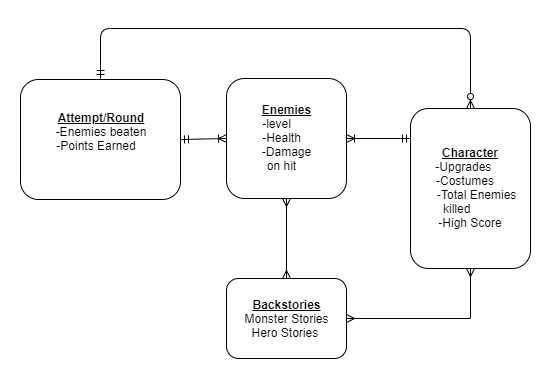
Rlong1218/endless-evil keeps this draw.io diagram as docs/erd.png. Above is the earlier version. Source tidied: cells renumbered, new cells last; positions are measured from the earlier drawing's top-left corner, leaving out a move shared by most shapes.
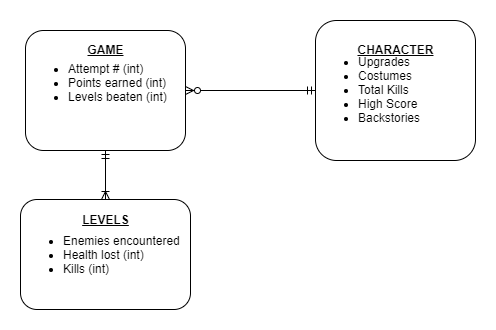
Later version of the same file.

What changed in the source:
```diff
@@ -2,44 +2,29 @@
   <root>
     <mxCell id="0" />
     <mxCell id="1" parent="0" />
-    <mxCell id="2" value="&lt;u&gt;&lt;b&gt;Attempt/Round&lt;/b&gt;&lt;/u&gt;&lt;br&gt;&lt;span&gt;-Enemies beaten&lt;br&gt;-Points Earned&amp;nbsp; &amp;nbsp;&lt;br&gt;&lt;br&gt;&lt;/span&gt;" style="rounded=1;whiteSpace=wrap;html=1;align=center;" parent="1" vertex="1">
+    <mxCell id="2" value="&lt;ul&gt;&lt;li&gt;Attempt # (int)&lt;/li&gt;&lt;li&gt;&lt;span&gt;Points earned (int)&lt;/span&gt;&lt;/li&gt;&lt;li&gt;Levels beaten (int)&lt;/li&gt;&lt;/ul&gt;&lt;span&gt;&lt;br&gt;&lt;/span&gt;" style="rounded=1;whiteSpace=wrap;html=1;align=left;" parent="1" vertex="1">
       <mxGeometry y="51" width="160" height="120" as="geometry" />
     </mxCell>
-    <mxCell id="3" value="&lt;b&gt;&lt;u&gt;Character&lt;/u&gt;&lt;/b&gt;&lt;br&gt;-Upgrades&amp;nbsp; &amp;nbsp;&amp;nbsp;&lt;br&gt;-Costumes&amp;nbsp; &amp;nbsp;&lt;br&gt;&amp;nbsp; &amp;nbsp; &amp;nbsp; &amp;nbsp;-Total Enemies&amp;nbsp; &amp;nbsp; &amp;nbsp;killed&amp;nbsp; &amp;nbsp; &amp;nbsp; &amp;nbsp; &amp;nbsp;&lt;br&gt;-High Score" style="rounded=1;whiteSpace=wrap;html=1;" parent="1" vertex="1">
-      <mxGeometry x="390" y="80" width="120" height="160" as="geometry" />
+    <mxCell id="3" value="&lt;ul&gt;&lt;li&gt;Upgrades&lt;/li&gt;&lt;li&gt;Costumes&lt;/li&gt;&lt;li&gt;Total Kills&lt;/li&gt;&lt;li&gt;High Score&lt;/li&gt;&lt;li&gt;Backstories&lt;/li&gt;&lt;/ul&gt;" style="rounded=1;whiteSpace=wrap;html=1;align=left;" parent="1" vertex="1">
+      <mxGeometry x="290" y="41" width="160" height="140" as="geometry" />
     </mxCell>
-    <mxCell id="4" value="&lt;b&gt;&lt;u&gt;Enemies&lt;/u&gt;&lt;/b&gt;&lt;br&gt;-level&amp;nbsp; &amp;nbsp; &amp;nbsp;&amp;nbsp;&lt;br&gt;-Health&amp;nbsp; &amp;nbsp;&lt;br&gt;-Damage&lt;br&gt;on hit&amp;nbsp; &amp;nbsp;" style="rounded=1;whiteSpace=wrap;html=1;align=center;" parent="1" vertex="1">
-      <mxGeometry x="206" y="50" width="120" height="120" as="geometry" />
-    </mxCell>
-    <mxCell id="5" style="endArrow=ERoneToMany;html=1;entryX=0;entryY=0.5;entryDx=0;entryDy=0;exitX=1;exitY=0.5;exitDx=0;exitDy=0;startArrow=ERmandOne;startFill=0;endFill=0;" parent="1" edge="1" source="2" target="4">
-      <mxGeometry relative="1" as="geometry" />
-    </mxCell>
-    <mxCell id="6" style="endArrow=ERzeroToMany;html=1;startArrow=ERmandOne;startFill=0;endFill=1;" parent="1" edge="1">
-      <mxGeometry relative="1" as="geometry">
-        <mxPoint x="80" y="50" as="sourcePoint" />
-        <mxPoint x="450" y="80" as="targetPoint" />
-        <Array as="points">
-          <mxPoint x="80" />
-          <mxPoint x="450" />
-        </Array>
-      </mxGeometry>
-    </mxCell>
-    <mxCell id="7" style="endArrow=ERmandOne;html=1;exitX=1;exitY=0.5;exitDx=0;exitDy=0;startArrow=ERoneToMany;startFill=0;endFill=0;" parent="1" edge="1" source="4">
-      <mxGeometry relative="1" as="geometry">
-        <mxPoint x="390" y="110" as="targetPoint" />
-        <Array as="points">
-          <mxPoint x="390" y="110" />
-        </Array>
-      </mxGeometry>
-    </mxCell>
-    <mxCell id="8" style="edgeStyle=orthogonalEdgeStyle;rounded=0;jettySize=auto;html=1;entryX=0.5;entryY=1;entryDx=0;entryDy=0;startArrow=ERmany;startFill=0;endArrow=ERmany;endFill=0;" parent="1" edge="1" source="10" target="4">
-      <mxGeometry relative="1" as="geometry" />
-    </mxCell>
-    <mxCell id="9" style="edgeStyle=orthogonalEdgeStyle;rounded=0;jettySize=auto;html=1;entryX=0.5;entryY=1;entryDx=0;entryDy=0;startArrow=ERmany;startFill=0;endArrow=ERmany;endFill=0;" parent="1" edge="1" source="10" target="3">
-      <mxGeometry relative="1" as="geometry" />
-    </mxCell>
-    <mxCell id="10" value="&lt;b&gt;&lt;u&gt;Backstories&lt;br&gt;&lt;/u&gt;&lt;/b&gt;Monster Stories&lt;br&gt;Hero Stories&amp;nbsp;" style="rounded=1;whiteSpace=wrap;html=1;align=center;" parent="1" vertex="1">
-      <mxGeometry x="206" y="250" width="120" height="80" as="geometry" />
-    </mxCell>
+    <mxCell id="11" value="&lt;ul&gt;&lt;li&gt;Enemies encountered&lt;/li&gt;&lt;li&gt;Health lost (int)&lt;/li&gt;&lt;li&gt;Kills (int)&lt;/li&gt;&lt;/ul&gt;" style="rounded=1;whiteSpace=wrap;html=1;align=left;" parent="1" vertex="1">
+      <mxGeometry x="-5" y="220" width="170" height="110" as="geometry" />
+    </mxCell>
+    <mxCell id="12" value="GAME" style="text;html=1;strokeColor=none;fillColor=none;align=center;verticalAlign=middle;whiteSpace=wrap;rounded=0;fontStyle=5;" parent="1" vertex="1">
+      <mxGeometry x="60" y="60" width="40" height="20" as="geometry" />
+    </mxCell>
+    <mxCell id="13" style="endArrow=ERmandOne;html=1;exitX=0.5;exitY=0;exitDx=0;exitDy=0;entryX=0.5;entryY=1;entryDx=0;entryDy=0;startArrow=ERoneToMany;startFill=0;endFill=0;" parent="1" edge="1" source="11" target="2">
+      <mxGeometry relative="1" as="geometry" />
+    </mxCell>
+    <mxCell id="14" style="endArrow=ERmandOne;html=1;exitX=1;exitY=0.5;exitDx=0;exitDy=0;entryX=0;entryY=0.5;entryDx=0;entryDy=0;startArrow=ERzeroToMany;startFill=1;endFill=0;" parent="1" edge="1" source="2" target="3">
+      <mxGeometry relative="1" as="geometry" />
+    </mxCell>
+    <mxCell id="15" value="LEVELS" style="text;html=1;strokeColor=none;fillColor=none;align=center;verticalAlign=middle;whiteSpace=wrap;rounded=0;fontStyle=5;" parent="1" vertex="1">
+      <mxGeometry x="60" y="230" width="40" height="20" as="geometry" />
+    </mxCell>
+    <mxCell id="16" value="CHARACTER" style="text;html=1;strokeColor=none;fillColor=none;align=center;verticalAlign=middle;whiteSpace=wrap;rounded=0;fontStyle=5;" parent="1" vertex="1">
+      <mxGeometry x="325" y="55" width="90" height="30" as="geometry" />
+    </mxCell>
   </root>
 </mxGraphModel>
```
